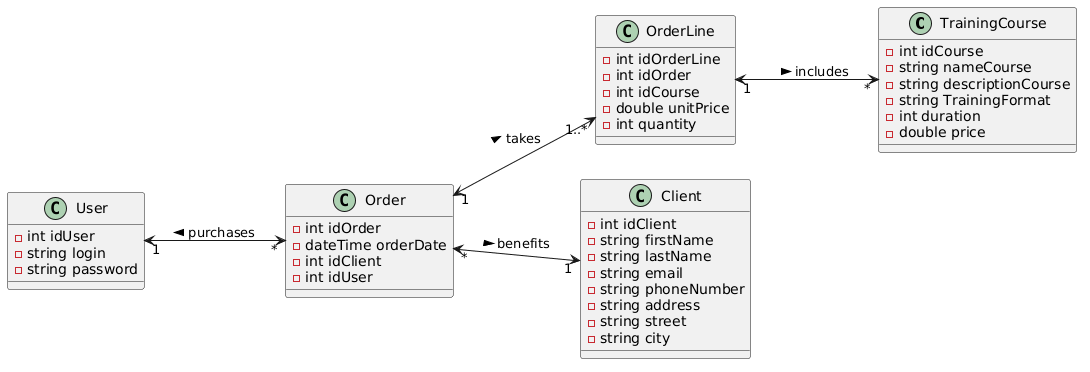
Before: doc/uml/2-class/class_diagram_for-the-Training_Sales-Application.png, a diagram exported from PlantUML (albanmartel/evaluation_metier_java). Source of this version:
```plantuml
@startuml
left to right direction

class TrainingCourse{
    -int idCourse
    -string nameCourse
    -string descriptionCourse
    -string TrainingFormat
    -int duration
    -double price
}

class Order{
    -int idOrder
    -dateTime orderDate
    -int idClient
    -int idUser
}

class OrderLine{
    -int idOrderLine
    -int idOrder
    -int idCourse
    -double unitPrice
    -int quantity
}

class Client{
    -int idClient
	-string firstName
    -string lastName
    -string email
    -string phoneNumber
    -string address
    -string street
    -string city
}

class User{
    - int idUser
    - string login
    - string password
}


Order "*" <--> "1" Client : benefits >

User "1" <--> "*" Order : purchases <

Order "1" <--> "1..*" OrderLine : takes >

OrderLine "1" <--> "*" TrainingCourse : includes >
@enduml
```
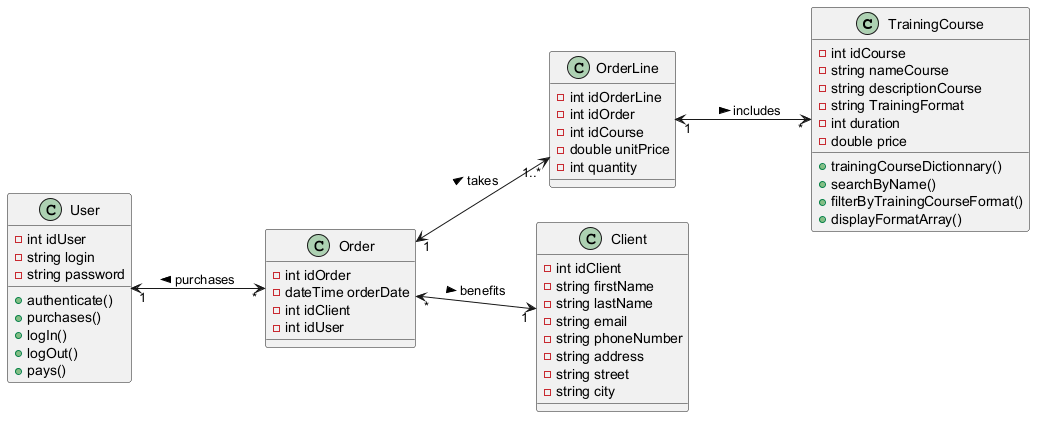
The same file after the commit.

Change to the diagram source:
```diff
@@ -1,4 +1,4 @@
-@startuml
+@startuml TrainingSallesApplication
 left to right direction
 
 class TrainingCourse{
@@ -8,6 +8,11 @@
     -string TrainingFormat
     -int duration
     -double price
+    + trainingCourseDictionnary()
+    + searchByName()
+    + filterByTrainingCourseFormat()
+    + displayFormatArray()
+
 }
 
 class Order{
@@ -40,6 +45,11 @@
     - int idUser
     - string login
     - string password
+    + authenticate()
+    + purchases()
+    + logIn()
+    + logOut()
+    + pays()
 }
 
 
@@ -50,4 +60,6 @@
 Order "1" <--> "1..*" OrderLine : takes >
 
 OrderLine "1" <--> "*" TrainingCourse : includes >
+
+
 @enduml
```
